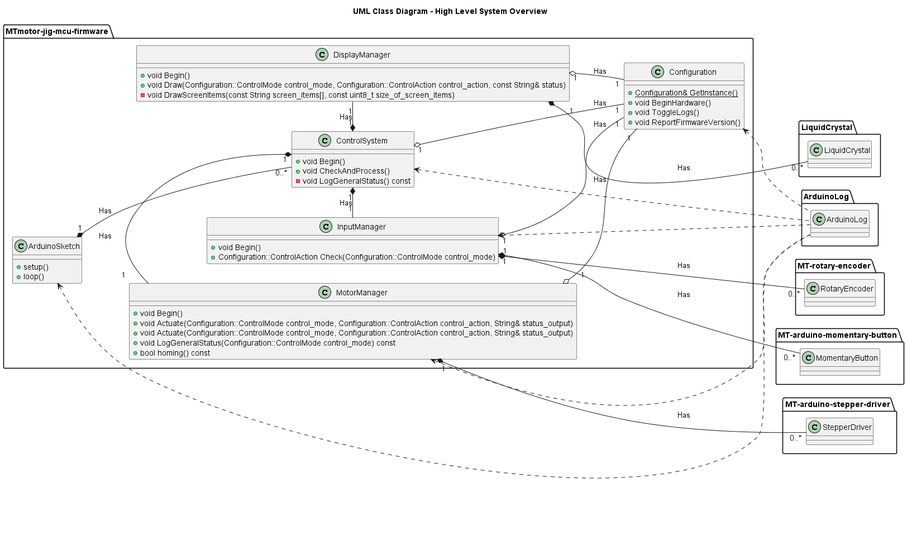
Before: images/uml-class-diagram-overview.png, a diagram exported from PlantUML (Morgritech/MTmotor-jig-mcu-firmware).
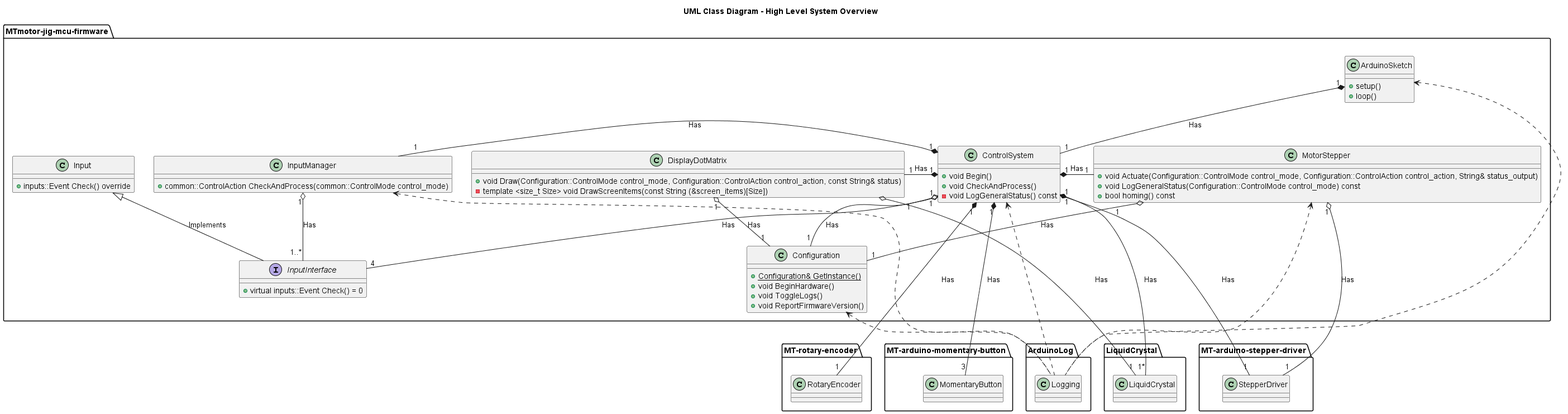
The same diagram one commit later.

Commit message:
Updated UML class diagram.

Change to the diagram source:
```diff
@@ -1,7 +1,5 @@
 @startuml
 title UML Class Diagram - High Level System Overview
-
-left to right direction
 
 package MTmotor-jig-mcu-firmware {
   class ArduinoSketch {
@@ -22,30 +20,33 @@
     -void LogGeneralStatus() const
   }
 
-  class DisplayManager {
-    +void Begin()
-    +void Draw(Configuration::ControlMode control_mode, Configuration::ControlAction control_action, const String& status)
-    -void DrawScreenItems(const String screen_items[], const uint8_t size_of_screen_items)
+  Interface InputInterface {
+    +virtual inputs::Event Check() = 0
+  }
+
+  class Input {
+    +inputs::Event Check() override
   }
 
   class InputManager {
-    +void Begin()
-    +Configuration::ControlAction Check(Configuration::ControlMode control_mode)
+    +common::ControlAction CheckAndProcess(common::ControlMode control_mode)
   }
 
-  class MotorManager {
-    +void Begin()
-    +void Actuate(Configuration::ControlMode control_mode, Configuration::ControlAction control_action, String& status_output)
+  class MotorStepper {
     +void Actuate(Configuration::ControlMode control_mode, Configuration::ControlAction control_action, String& status_output)
     +void LogGeneralStatus(Configuration::ControlMode control_mode) const
     +bool homing() const
   }
+
+  class DisplayDotMatrix {
+    +void Draw(Configuration::ControlMode control_mode, Configuration::ControlAction control_action, const String& status)
+    -template <size_t Size> void DrawScreenItems(const String (&screen_items)[Size])
+  }
 }
 
 together {
-
   package ArduinoLog {
-    class ArduinoLog {
+    class Logging {
     }
   }
 
@@ -68,30 +69,34 @@
     class StepperDriver {
     }
   }
-
 }
 
-ArduinoSketch "1" *-- "0..*" ControlSystem : Has
-ArduinoSketch <.. ArduinoLog.ArduinoLog
+ArduinoSketch "1" *-- "1" ControlSystem : Has
+ArduinoSketch <.. Logging
 
-Configuration <.. ArduinoLog.ArduinoLog
+Configuration <.. Logging
 
 ControlSystem "1" o-- "1" Configuration : Has
-ControlSystem "1" *- "1" DisplayManager : Has
+ControlSystem "1" *-- "1" RotaryEncoder : Has
+ControlSystem "1" *-- "3" MomentaryButton : Has
+ControlSystem "1" o-- "4" InputInterface : Has
+ControlSystem "1" *-- "1" StepperDriver : Has
+ControlSystem "1" *-- "1*" LiquidCrystal.LiquidCrystal: Has
 ControlSystem "1" *- "1" InputManager : Has
-ControlSystem "1" *- "1" MotorManager : Has
-ControlSystem <.. ArduinoLog.ArduinoLog
+ControlSystem "1" *- "1" MotorStepper : Has
+ControlSystem "1" *- "1" DisplayDotMatrix : Has
+ControlSystem <.. Logging
 
-DisplayManager "1" o-- "1" Configuration : Has
-DisplayManager "1" *-- "0..*" LiquidCrystal.LiquidCrystal: Has
+Input <|-- InputInterface : Implements
 
-InputManager "1" o-- "1" Configuration : Has
-InputManager "1" *-- "0..*" MomentaryButton : Has
-InputManager "1" *-- "0..*" RotaryEncoder : Has
-InputManager <.. ArduinoLog.ArduinoLog
+InputManager "1" o-- "1..*" InputInterface : Has
+InputManager <.. Logging
 
-MotorManager "1" o-- "1" Configuration : Has
-MotorManager "1" *-- "0..*" StepperDriver : Has
-MotorManager <.. ArduinoLog.ArduinoLog
+DisplayDotMatrix "1" o-- "1" Configuration : Has
+DisplayDotMatrix "1" o-- "1" LiquidCrystal.LiquidCrystal: Has
+
+MotorStepper "1" o-- "1" Configuration : Has
+MotorStepper "1" o-- "1" StepperDriver : Has
+MotorStepper <.. Logging
 
 @enduml
```
